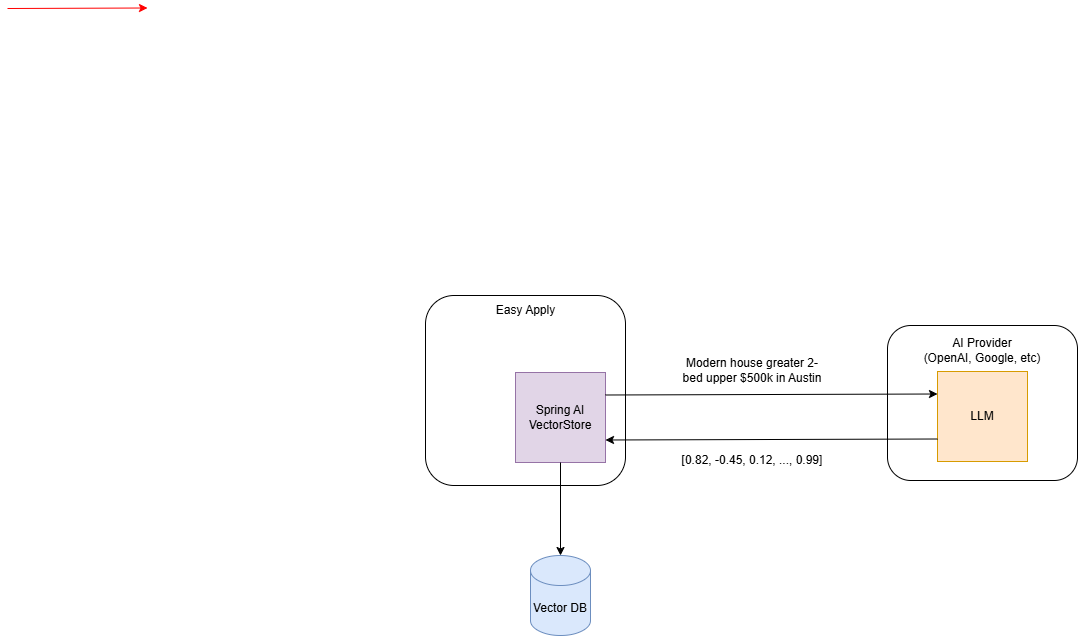
This is 02-architecture/19-converting-data-to-embeddings.png from huynm20051990/loan-origination-system, a draw.io export, as it was before one commit. Source tidied: cells renumbered, new cells last; positions are measured from the earlier drawing's top-left corner, leaving out a move shared by most shapes.
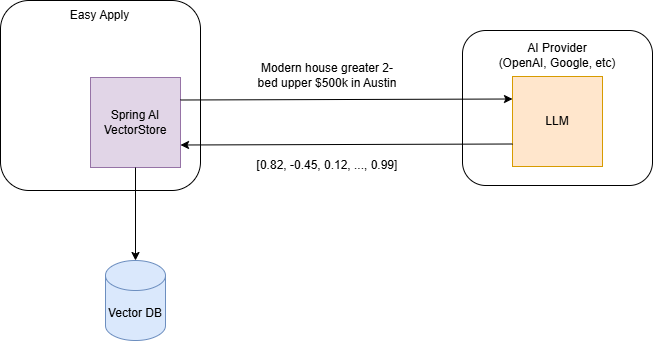
The same file after the commit.

Change to the diagram source:
```diff
@@ -32,12 +32,6 @@
     <mxCell id="11" value="&lt;div class=&quot;math-block&quot; style=&quot;font-family: &amp;quot;Google Sans Text&amp;quot;, sans-serif !important; line-height: 1.15 !important; margin-top: 0px !important;&quot;&gt;&lt;div class=&quot;math-block&quot; style=&quot;line-height: 1.15 !important; margin-top: 0px !important;&quot;&gt;[0.82, -0.45, 0.12, ..., 0.99]&lt;/div&gt;&lt;/div&gt;" style="text;html=1;whiteSpace=wrap;strokeColor=none;fillColor=none;align=center;verticalAlign=middle;rounded=0;" parent="1" vertex="1">
       <mxGeometry x="640" y="438" width="210" height="30" as="geometry" />
     </mxCell>
-    <mxCell id="12" style="endArrow=classic;html=1;rounded=0;strokeColor=#FF0000;entryX=0;entryY=0.75;entryDx=0;entryDy=0;" parent="1" edge="1">
-      <mxGeometry relative="1" as="geometry">
-        <mxPoint y="1" as="sourcePoint" />
-        <mxPoint x="140" y="0.5" as="targetPoint" />
-      </mxGeometry>
-    </mxCell>
     <mxCell id="13" value="Vector DB" style="shape=cylinder3;whiteSpace=wrap;html=1;boundedLbl=1;backgroundOutline=1;size=15;fillColor=#dae8fc;strokeColor=#6c8ebf;" parent="1" vertex="1">
       <mxGeometry x="523" y="548" width="60" height="80" as="geometry" />
     </mxCell>
```
